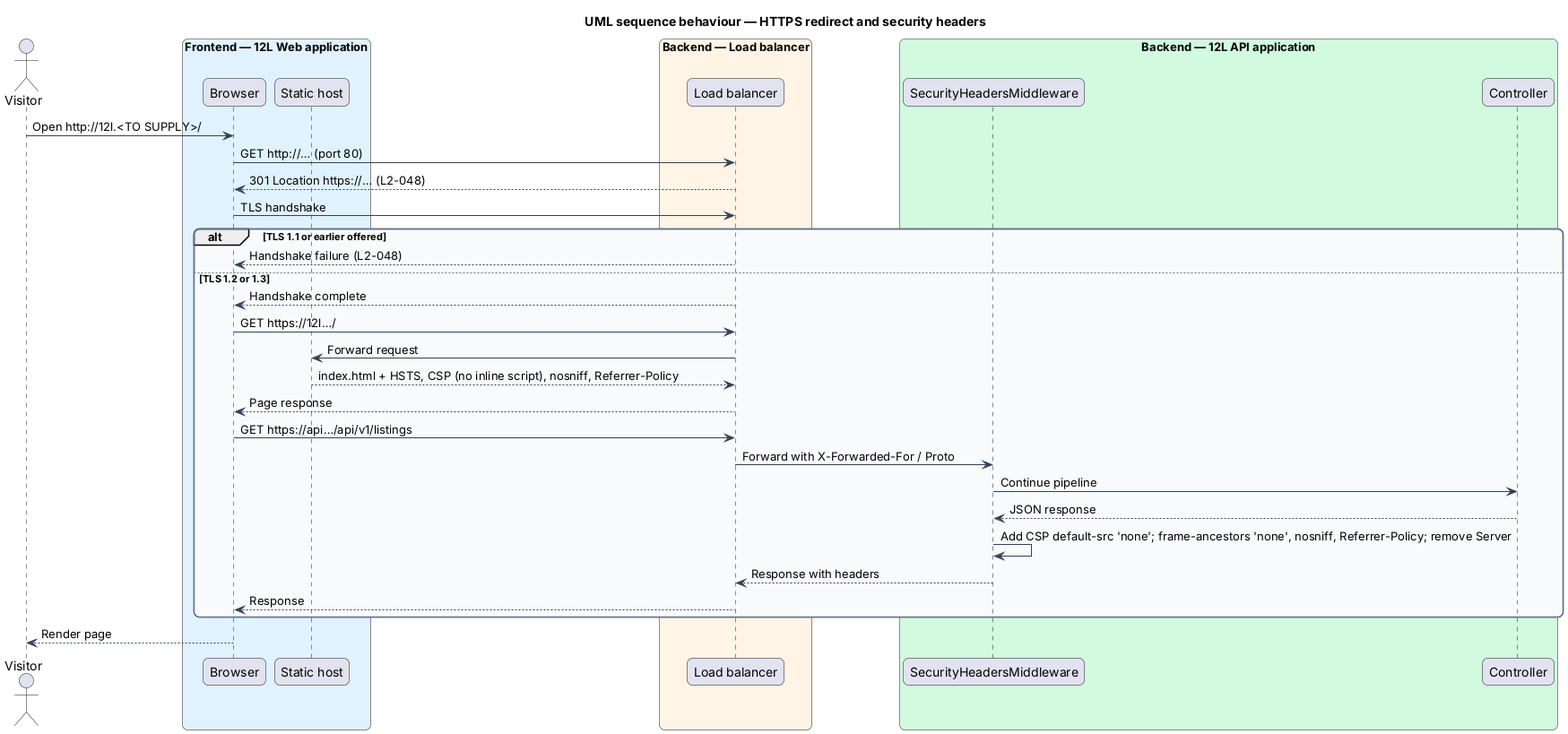
This is docs/detailed-designs/platform/harden-http-and-api/diagrams/sequence-https-and-headers.png from QuinntyneBrown/12l, a PlantUML export, as it was before one commit.
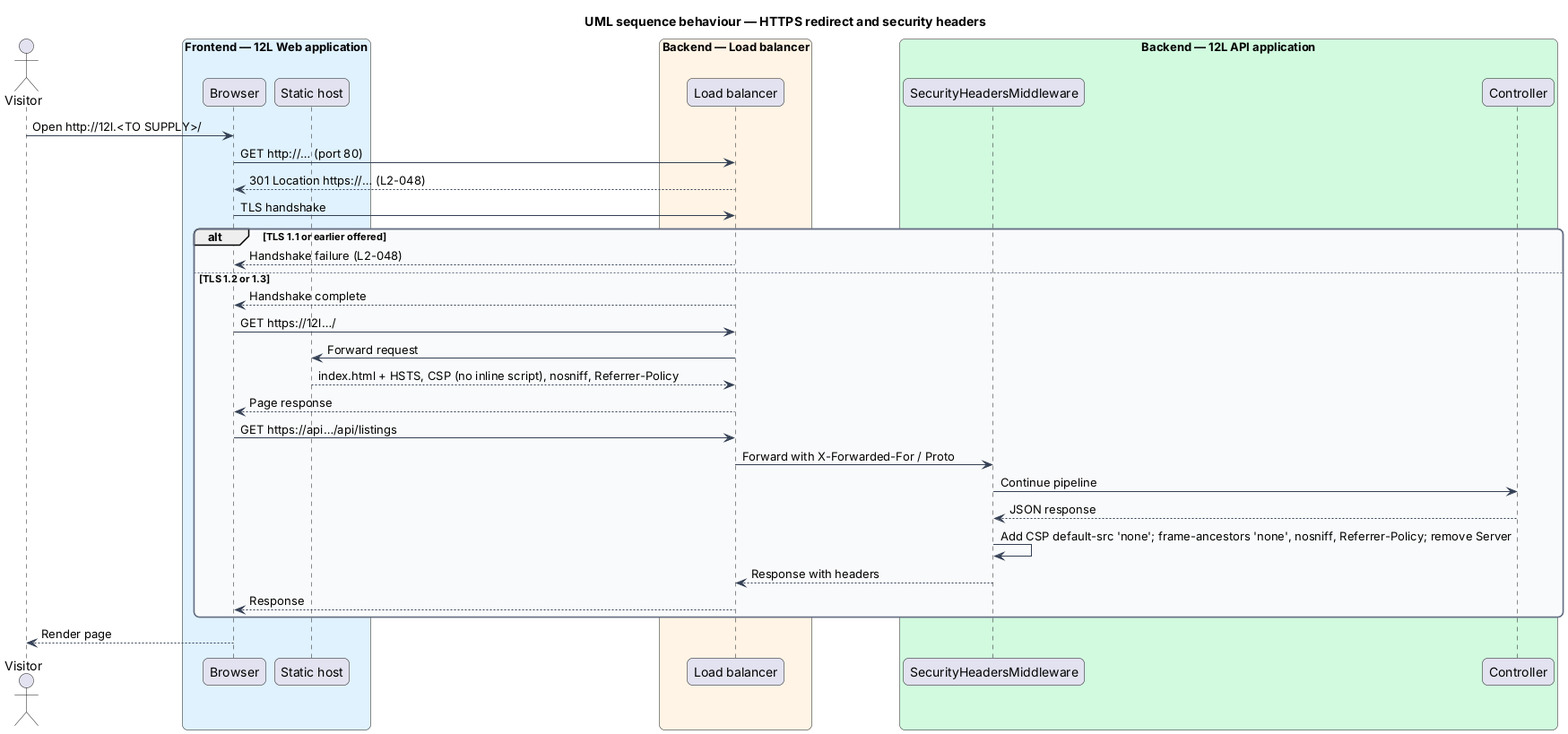
The same file after the commit.

Diff of the diagram source:
```diff
@@ -38,7 +38,7 @@
   lb -> host : Forward request
   host --> lb : index.html + HSTS, CSP (no inline script), nosniff, Referrer-Policy
   lb --> browser : Page response
-  browser -> lb : GET https://api…/api/v1/listings
+  browser -> lb : GET https://api…/api/listings
   lb -> sh : Forward with X-Forwarded-For / Proto
   sh -> ctrl : Continue pipeline
   ctrl --> sh : JSON response
```
